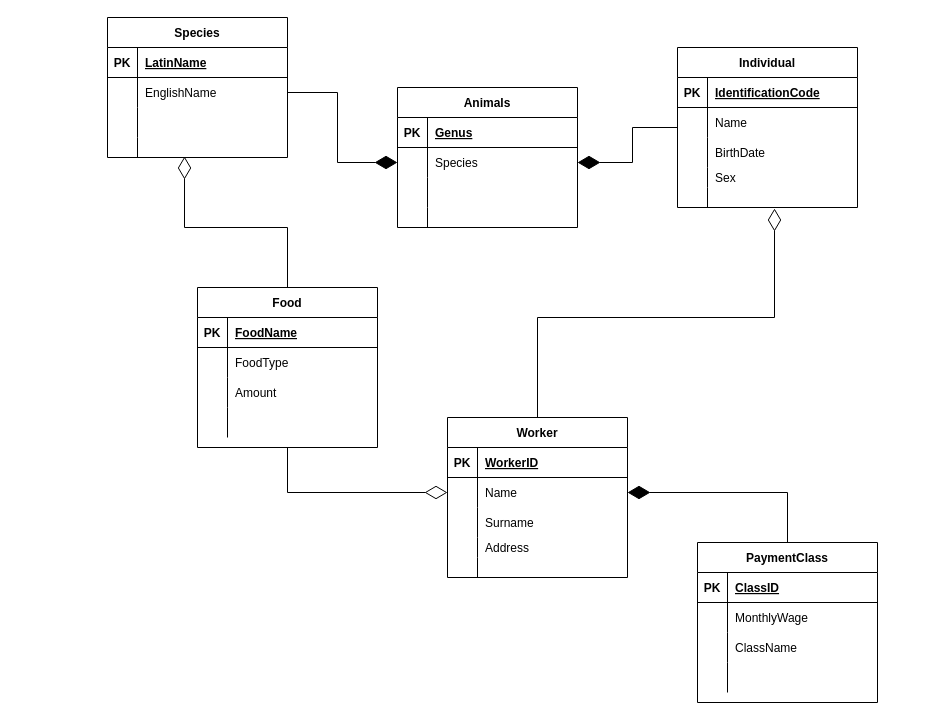
The draw.io diagram data/zoo.drawio in CernyDavid/diagrams.net, before the edit. Source tidied: cells renumbered, new cells numbered last; positions are measured from the earlier drawing's top-left corner, leaving out a move shared by most shapes. Both pictures are drawn from the tidied source at 100%, with x=0, y=0 at pixel (107, 17).
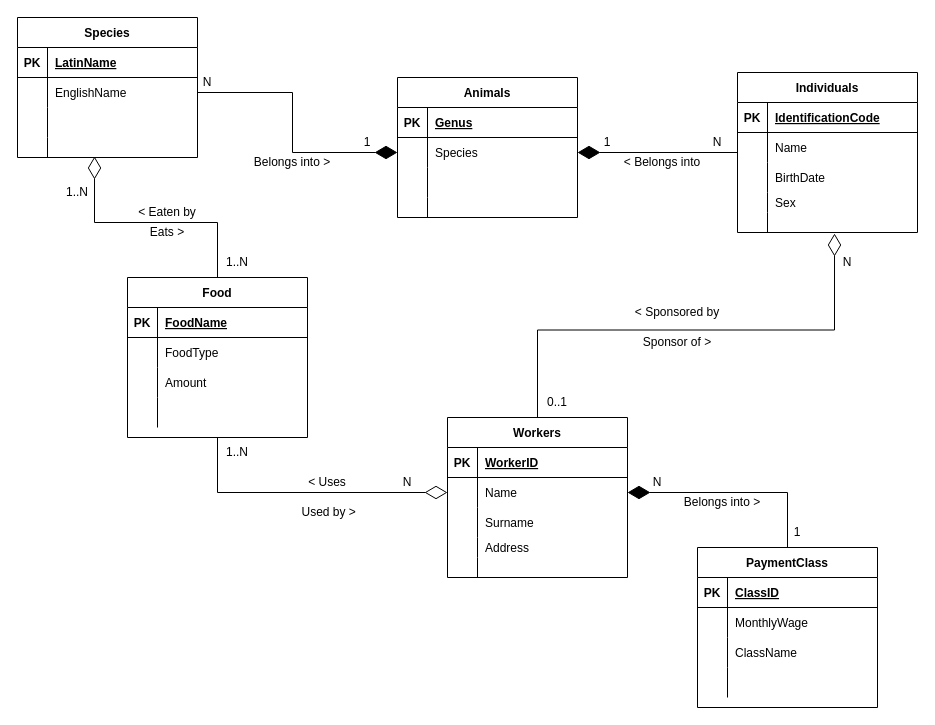
After the change.

Diff of the diagram source:
```diff
@@
     <mxCell id="2" value="Animals" style="shape=table;startSize=30;childLayout=tableLayout;rowLines=0;fontStyle=1;align=center;strokeColor=default;fillColor=none;" parent="1" vertex="1">
-      <mxGeometry x="290" y="70" width="180" height="140" as="geometry" />
+      <mxGeometry x="290" y="60" width="180" height="140" as="geometry" />
     </mxCell>
@@
     <mxCell id="15" value="Species" style="shape=table;startSize=30;childLayout=tableLayout;rowLines=0;fontStyle=1;align=center;strokeColor=default;fillColor=none;" parent="1" vertex="1">
-      <mxGeometry width="180" height="140" as="geometry" />
+      <mxGeometry x="-90" width="180" height="140" as="geometry" />
     </mxCell>
@@
-    <mxCell id="29" value="Individual" style="shape=table;startSize=30;childLayout=tableLayout;rowLines=0;fontStyle=1;align=center;strokeColor=default;fillColor=none;" parent="1" vertex="1">
-      <mxGeometry x="570" y="30" width="180" height="160" as="geometry" />
+    <mxCell id="29" value="Individuals" style="shape=table;startSize=30;childLayout=tableLayout;rowLines=0;fontStyle=1;align=center;strokeColor=default;fillColor=none;" parent="1" vertex="1">
+      <mxGeometry x="630" y="55" width="180" height="160" as="geometry" />
     </mxCell>
@@
-    <mxCell id="46" value="Worker" style="shape=table;startSize=30;childLayout=tableLayout;rowLines=0;fontStyle=1;align=center;strokeColor=default;fillColor=none;" parent="1" vertex="1">
+    <mxCell id="46" value="Workers" style="shape=table;startSize=30;childLayout=tableLayout;rowLines=0;fontStyle=1;align=center;strokeColor=default;fillColor=none;" parent="1" vertex="1">
       <mxGeometry x="340" y="400" width="180" height="160" as="geometry" />
     </mxCell>
@@
     <mxCell id="63" value="PaymentClass" style="shape=table;startSize=30;childLayout=tableLayout;rowLines=0;fontStyle=1;align=center;strokeColor=default;fillColor=default;" parent="1" vertex="1">
-      <mxGeometry x="590" y="525" width="180" height="160" as="geometry" />
+      <mxGeometry x="590" y="530" width="180" height="160" as="geometry" />
     </mxCell>
@@
     <mxCell id="78" value="Food" style="shape=table;startSize=30;childLayout=tableLayout;rowLines=0;fontStyle=1;align=center;strokeColor=default;fillColor=default;" parent="1" vertex="1">
-      <mxGeometry x="90" y="270" width="180" height="160" as="geometry" />
+      <mxGeometry x="20" y="260" width="180" height="160" as="geometry" />
     </mxCell>
@@
+    <mxCell id="92" value="N" style="text;html=1;strokeColor=none;fillColor=none;align=center;verticalAlign=middle;whiteSpace=wrap;rounded=0;" parent="1" vertex="1">
+      <mxGeometry x="580" y="110" width="60" height="30" as="geometry" />
+    </mxCell>
+    <mxCell id="93" value="1" style="text;html=1;strokeColor=none;fillColor=none;align=center;verticalAlign=middle;whiteSpace=wrap;rounded=0;" parent="1" vertex="1">
+      <mxGeometry x="230" y="110" width="60" height="30" as="geometry" />
+    </mxCell>
+    <mxCell id="94" value="N" style="text;html=1;strokeColor=none;fillColor=none;align=center;verticalAlign=middle;whiteSpace=wrap;rounded=0;" parent="1" vertex="1">
+      <mxGeometry x="70" y="50" width="60" height="30" as="geometry" />
+    </mxCell>
+    <mxCell id="95" value="1" style="text;html=1;strokeColor=none;fillColor=none;align=center;verticalAlign=middle;whiteSpace=wrap;rounded=0;" parent="1" vertex="1">
+      <mxGeometry x="660" y="500" width="60" height="30" as="geometry" />
+    </mxCell>
+    <mxCell id="96" value="N" style="text;html=1;strokeColor=none;fillColor=none;align=center;verticalAlign=middle;whiteSpace=wrap;rounded=0;" parent="1" vertex="1">
+      <mxGeometry x="520" y="450" width="60" height="30" as="geometry" />
+    </mxCell>
+    <mxCell id="97" value="0..1" style="text;html=1;strokeColor=none;fillColor=none;align=center;verticalAlign=middle;whiteSpace=wrap;rounded=0;" parent="1" vertex="1">
+      <mxGeometry x="420" y="370" width="60" height="30" as="geometry" />
+    </mxCell>
+    <mxCell id="98" value="N" style="text;html=1;strokeColor=none;fillColor=none;align=center;verticalAlign=middle;whiteSpace=wrap;rounded=0;" parent="1" vertex="1">
+      <mxGeometry x="710" y="230" width="60" height="30" as="geometry" />
+    </mxCell>
+    <mxCell id="99" value="Sponsor of &amp;gt;" style="text;html=1;strokeColor=none;fillColor=none;align=center;verticalAlign=middle;whiteSpace=wrap;rounded=0;" parent="1" vertex="1">
+      <mxGeometry x="510" y="310" width="120" height="30" as="geometry" />
+    </mxCell>
+    <mxCell id="100" value="&amp;lt; Sponsored by" style="text;html=1;strokeColor=none;fillColor=none;align=center;verticalAlign=middle;whiteSpace=wrap;rounded=0;" parent="1" vertex="1">
+      <mxGeometry x="510" y="280" width="120" height="30" as="geometry" />
+    </mxCell>
+    <mxCell id="101" value="Belongs into &amp;gt;" style="text;html=1;strokeColor=none;fillColor=none;align=center;verticalAlign=middle;whiteSpace=wrap;rounded=0;" parent="1" vertex="1">
+      <mxGeometry x="570" y="470" width="90" height="30" as="geometry" />
+    </mxCell>
+    <mxCell id="102" value="&amp;lt; Uses" style="text;html=1;strokeColor=none;fillColor=none;align=center;verticalAlign=middle;whiteSpace=wrap;rounded=0;" parent="1" vertex="1">
+      <mxGeometry x="160" y="450" width="120" height="30" as="geometry" />
+    </mxCell>
+    <mxCell id="103" value="&amp;nbsp;Used by &amp;gt;" style="text;html=1;strokeColor=none;fillColor=none;align=center;verticalAlign=middle;whiteSpace=wrap;rounded=0;" parent="1" vertex="1">
+      <mxGeometry x="160" y="480" width="120" height="30" as="geometry" />
+    </mxCell>
+    <mxCell id="104" value="&amp;lt; Eaten by" style="text;html=1;strokeColor=none;fillColor=none;align=center;verticalAlign=middle;whiteSpace=wrap;rounded=0;" parent="1" vertex="1">
+      <mxGeometry y="180" width="120" height="30" as="geometry" />
+    </mxCell>
+    <mxCell id="105" value="Eats &amp;gt;" style="text;html=1;strokeColor=none;fillColor=none;align=center;verticalAlign=middle;whiteSpace=wrap;rounded=0;" parent="1" vertex="1">
+      <mxGeometry y="200" width="120" height="30" as="geometry" />
+    </mxCell>
+    <mxCell id="106" value="1..N" style="text;html=1;strokeColor=none;fillColor=none;align=center;verticalAlign=middle;whiteSpace=wrap;rounded=0;" parent="1" vertex="1">
+      <mxGeometry x="100" y="230" width="60" height="30" as="geometry" />
+    </mxCell>
+    <mxCell id="107" value="1..N" style="text;html=1;strokeColor=none;fillColor=none;align=center;verticalAlign=middle;whiteSpace=wrap;rounded=0;" parent="1" vertex="1">
+      <mxGeometry x="-60" y="160" width="60" height="30" as="geometry" />
+    </mxCell>
+    <mxCell id="108" value="1" style="text;html=1;strokeColor=none;fillColor=none;align=center;verticalAlign=middle;whiteSpace=wrap;rounded=0;" parent="1" vertex="1">
+      <mxGeometry x="470" y="110" width="60" height="30" as="geometry" />
+    </mxCell>
+    <mxCell id="109" value="&amp;lt; Belongs into" style="text;html=1;strokeColor=none;fillColor=none;align=center;verticalAlign=middle;whiteSpace=wrap;rounded=0;" parent="1" vertex="1">
+      <mxGeometry x="510" y="130" width="90" height="30" as="geometry" />
+    </mxCell>
+    <mxCell id="110" value="Belongs into &amp;gt;" style="text;html=1;strokeColor=none;fillColor=none;align=center;verticalAlign=middle;whiteSpace=wrap;rounded=0;" parent="1" vertex="1">
+      <mxGeometry x="140" y="130" width="90" height="30" as="geometry" />
+    </mxCell>
+    <mxCell id="111" value="1..N" style="text;html=1;strokeColor=none;fillColor=none;align=center;verticalAlign=middle;whiteSpace=wrap;rounded=0;" parent="1" vertex="1">
+      <mxGeometry x="100" y="420" width="60" height="30" as="geometry" />
+    </mxCell>
+    <mxCell id="112" value="N" style="text;html=1;strokeColor=none;fillColor=none;align=center;verticalAlign=middle;whiteSpace=wrap;rounded=0;" parent="1" vertex="1">
+      <mxGeometry x="270" y="450" width="60" height="30" as="geometry" />
+    </mxCell>
```
